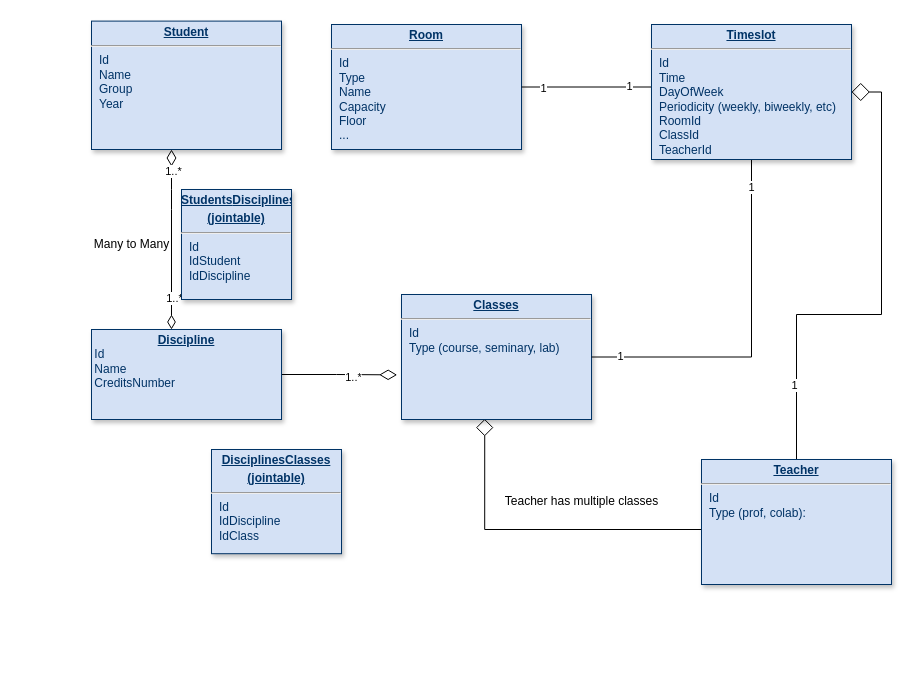
Earlier version of the draw.io diagram Project/docs/Schema DB timetable.drawio.xml (gheorghitamutu/QSS2023). Source tidied: cells renumbered, new cells numbered last; positions are measured from the earlier drawing's top-left corner, leaving out a move shared by most shapes. Both pictures are drawn from the tidied source at 100%, with x=0, y=0 at pixel (81, 21).
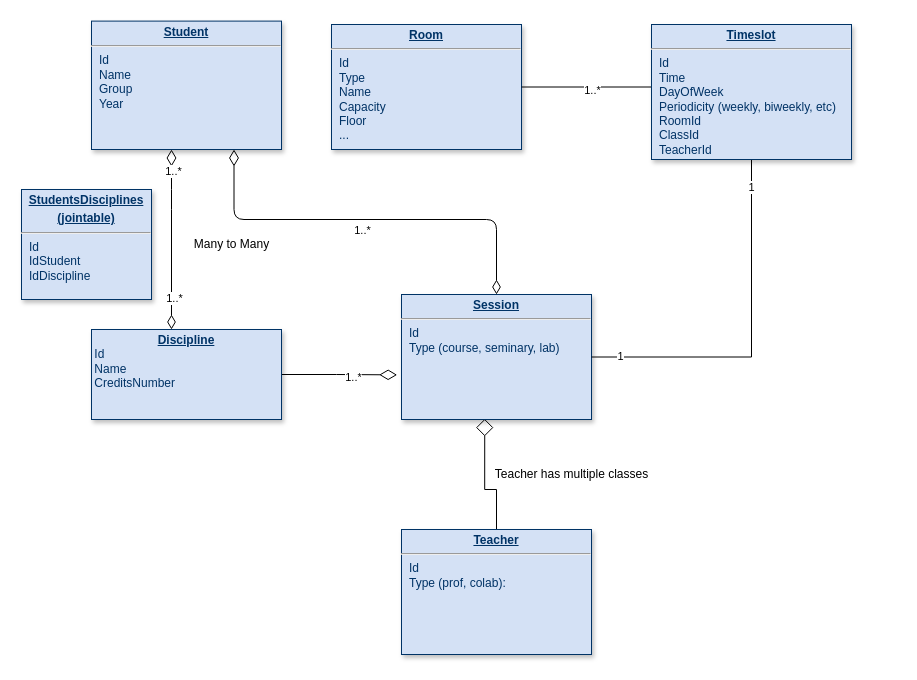
The same diagram, later.

Unchanged cells that the change refers to:
```xml
<mxCell id="6" value="&lt;p style=&quot;margin: 0px; margin-top: 4px; text-align: center; text-decoration: underline;&quot;&gt;&lt;b&gt;Student&lt;/b&gt;&lt;/p&gt;&lt;hr&gt;&lt;p style=&quot;margin: 0px; margin-left: 8px;&quot;&gt;Id&lt;/p&gt;&lt;p style=&quot;margin: 0px; margin-left: 8px;&quot;&gt;Name&lt;/p&gt;&lt;p style=&quot;margin: 0px; margin-left: 8px;&quot;&gt;Group&lt;/p&gt;&lt;p style=&quot;margin: 0px; margin-left: 8px;&quot;&gt;Year&lt;/p&gt;" style="verticalAlign=top;align=left;overflow=fill;fontSize=12;fontFamily=Helvetica;html=1;strokeColor=#003366;shadow=1;fillColor=#D4E1F5;fontColor=#003366;" parent="1" vertex="1">
  <mxGeometry x="10" y="-0.4" width="190" height="128.4" as="geometry" />
</mxCell>
<mxCell id="15" style="edgeStyle=orthogonalEdgeStyle;rounded=0;jettySize=auto;html=1;exitX=0;exitY=0.5;exitDx=0;exitDy=0;entryX=1;entryY=0.5;entryDx=0;entryDy=0;endArrow=none;endFill=0;" parent="1" edge="1" source="23" target="13">
  <mxGeometry relative="1" as="geometry">
    <Array as="points">
      <mxPoint x="570" y="61" />
      <mxPoint x="580" y="61" />
      <mxPoint x="580" y="66" />
    </Array>
  </mxGeometry>
</mxCell>
<mxCell id="23" value="&lt;p style=&quot;margin: 0px; margin-top: 4px; text-align: center; text-decoration: underline;&quot;&gt;&lt;b&gt;Timeslot&lt;/b&gt;&lt;/p&gt;&lt;hr&gt;&lt;p style=&quot;margin: 0px; margin-left: 8px;&quot;&gt;Id&lt;/p&gt;&lt;p style=&quot;margin: 0px; margin-left: 8px;&quot;&gt;Time&lt;/p&gt;&lt;p style=&quot;margin: 0px; margin-left: 8px;&quot;&gt;DayOfWeek&lt;/p&gt;&lt;p style=&quot;margin: 0px; margin-left: 8px;&quot;&gt;Periodicity (weekly, biweekly, etc)&lt;/p&gt;&lt;p style=&quot;margin: 0px; margin-left: 8px;&quot;&gt;RoomId&lt;/p&gt;&lt;p style=&quot;margin: 0px; margin-left: 8px;&quot;&gt;ClassId&lt;/p&gt;&lt;p style=&quot;margin: 0px; margin-left: 8px;&quot;&gt;TeacherId&lt;/p&gt;&lt;p style=&quot;margin: 0px; margin-left: 8px;&quot;&gt;&lt;br&gt;&lt;/p&gt;&lt;p style=&quot;margin: 0px; margin-left: 8px;&quot;&gt;...&lt;/p&gt;&lt;p style=&quot;margin: 0px; margin-left: 8px;&quot;&gt;&lt;br&gt;&lt;/p&gt;&lt;p style=&quot;margin: 0px; margin-left: 8px;&quot;&gt;&lt;br&gt;&lt;/p&gt;&lt;p style=&quot;margin: 0px; margin-left: 8px;&quot;&gt;&lt;br&gt;&lt;/p&gt;" style="verticalAlign=top;align=left;overflow=fill;fontSize=12;fontFamily=Helvetica;html=1;strokeColor=#003366;shadow=1;fillColor=#D4E1F5;fontColor=#003366;" parent="1" vertex="1">
  <mxGeometry x="570" y="3" width="200" height="135" as="geometry" />
</mxCell>
```

What changed in the source:
```diff
@@
-    <mxCell id="2" style="edgeStyle=orthogonalEdgeStyle;rounded=0;jettySize=auto;html=1;exitX=0;exitY=0.5;exitDx=0;exitDy=0;entryX=0.438;entryY=0.995;entryDx=0;entryDy=0;entryPerimeter=0;endArrow=diamond;endFill=0;endSize=15;startSize=15;" parent="1" edge="1" source="26" target="12">
+    <mxCell id="2" style="edgeStyle=orthogonalEdgeStyle;rounded=0;jettySize=auto;html=1;entryX=0.438;entryY=0.995;entryDx=0;entryDy=0;entryPerimeter=0;endArrow=diamond;endFill=0;endSize=15;startSize=15;exitX=0.5;exitY=0;exitDx=0;exitDy=0;" parent="1" edge="1" source="26" target="12">
       <mxGeometry relative="1" as="geometry">
         <Array as="points">
-          <mxPoint x="620" y="508" />
-          <mxPoint x="403" y="508" />
+          <mxPoint x="415" y="468" />
+          <mxPoint x="403" y="468" />
         </Array>
       </mxGeometry>
     </mxCell>
@@
     <mxCell id="11" value="&lt;p style=&quot;margin: 0px; margin-top: 4px; text-align: center; text-decoration: underline;&quot;&gt;&lt;b&gt;Students&lt;/b&gt;&lt;b style=&quot;border-color: var(--border-color);&quot;&gt;Disciplines&lt;/b&gt;&lt;/p&gt;&lt;p style=&quot;margin: 0px; margin-top: 4px; text-align: center; text-decoration: underline;&quot;&gt;&lt;b&gt;(jointable)&lt;/b&gt;&lt;/p&gt;&lt;hr&gt;&lt;p style=&quot;margin: 0px; margin-left: 8px;&quot;&gt;Id&lt;/p&gt;&lt;p style=&quot;margin: 0px; margin-left: 8px;&quot;&gt;IdStudent&lt;/p&gt;&lt;p style=&quot;margin: 0px; margin-left: 8px;&quot;&gt;IdDiscipline&lt;/p&gt;" style="verticalAlign=top;align=left;overflow=fill;fontSize=12;fontFamily=Helvetica;html=1;strokeColor=#003366;shadow=1;fillColor=#D4E1F5;fontColor=#003366;" parent="1" vertex="1">
-      <mxGeometry x="100" y="168" width="110" height="110" as="geometry" />
+      <mxGeometry x="-60" y="168" width="130" height="110" as="geometry" />
     </mxCell>
-    <mxCell id="12" value="&lt;p style=&quot;margin: 0px; margin-top: 4px; text-align: center; text-decoration: underline;&quot;&gt;&lt;strong&gt;Classes&lt;/strong&gt;&lt;/p&gt;&lt;hr&gt;&lt;p style=&quot;margin: 0px; margin-left: 8px;&quot;&gt;Id&lt;/p&gt;&lt;p style=&quot;margin: 0px; margin-left: 8px;&quot;&gt;Type (course, seminary, lab)&lt;/p&gt;&lt;p style=&quot;margin: 0px; margin-left: 8px;&quot;&gt;&lt;br&gt;&lt;/p&gt;&lt;p style=&quot;margin: 0px; margin-left: 8px;&quot;&gt;&lt;br&gt;&lt;/p&gt;&lt;p style=&quot;margin: 0px; margin-left: 8px;&quot;&gt;&lt;br&gt;&lt;/p&gt;" style="verticalAlign=top;align=left;overflow=fill;fontSize=12;fontFamily=Helvetica;html=1;strokeColor=#003366;shadow=1;fillColor=#D4E1F5;fontColor=#003366;" parent="1" vertex="1">
+    <mxCell id="12" value="&lt;p style=&quot;margin: 0px; margin-top: 4px; text-align: center; text-decoration: underline;&quot;&gt;&lt;strong&gt;Session&lt;/strong&gt;&lt;/p&gt;&lt;hr&gt;&lt;p style=&quot;margin: 0px; margin-left: 8px;&quot;&gt;Id&lt;/p&gt;&lt;p style=&quot;margin: 0px; margin-left: 8px;&quot;&gt;Type (course, seminary, lab)&lt;/p&gt;&lt;p style=&quot;margin: 0px; margin-left: 8px;&quot;&gt;&lt;br&gt;&lt;/p&gt;&lt;p style=&quot;margin: 0px; margin-left: 8px;&quot;&gt;&lt;br&gt;&lt;/p&gt;&lt;p style=&quot;margin: 0px; margin-left: 8px;&quot;&gt;&lt;br&gt;&lt;/p&gt;" style="verticalAlign=top;align=left;overflow=fill;fontSize=12;fontFamily=Helvetica;html=1;strokeColor=#003366;shadow=1;fillColor=#D4E1F5;fontColor=#003366;" parent="1" vertex="1">
       <mxGeometry x="320" y="273" width="190" height="125" as="geometry" />
     </mxCell>
@@
-    <mxCell id="14" value="&lt;p style=&quot;margin: 0px; margin-top: 4px; text-align: center; text-decoration: underline;&quot;&gt;&lt;b style=&quot;border-color: var(--border-color);&quot;&gt;DisciplinesClasses&lt;/b&gt;&lt;/p&gt;&lt;p style=&quot;margin: 0px; margin-top: 4px; text-align: center; text-decoration: underline;&quot;&gt;&lt;b&gt;(jointable)&lt;/b&gt;&lt;/p&gt;&lt;hr&gt;&lt;p style=&quot;margin: 0px; margin-left: 8px;&quot;&gt;Id&lt;/p&gt;&lt;p style=&quot;margin: 0px; margin-left: 8px;&quot;&gt;IdDiscipline&lt;/p&gt;&lt;p style=&quot;margin: 0px; margin-left: 8px;&quot;&gt;IdClass&lt;/p&gt;" style="verticalAlign=top;align=left;overflow=fill;fontSize=12;fontFamily=Helvetica;html=1;strokeColor=#003366;shadow=1;fillColor=#D4E1F5;fontColor=#003366;" parent="1" vertex="1">
-      <mxGeometry x="130" y="428" width="130" height="104.2" as="geometry" />
-    </mxCell>
@@
-    <mxCell id="16" value="1" style="edgeLabel;html=1;align=center;verticalAlign=middle;" parent="15" vertex="1">
-      <mxGeometry x="0.74" y="1" relative="1" as="geometry" />
-    </mxCell>
-    <mxCell id="17" value="1" style="edgeLabel;html=1;align=center;verticalAlign=middle;" parent="15" vertex="1">
-      <mxGeometry x="-0.3" y="-1" relative="1" as="geometry" />
-    </mxCell>
@@
-    <mxCell id="21" style="edgeStyle=orthogonalEdgeStyle;rounded=0;jettySize=auto;html=1;exitX=1;exitY=0.5;exitDx=0;exitDy=0;endArrow=none;endFill=0;startArrow=diamond;startFill=0;endSize=16;startSize=16;" parent="1" edge="1" source="23" target="26">
-      <mxGeometry relative="1" as="geometry" />
-    </mxCell>
-    <mxCell id="22" value="1" style="edgeLabel;html=1;align=center;verticalAlign=middle;" parent="21" vertex="1">
-      <mxGeometry x="0.69" y="-3" relative="1" as="geometry" />
-    </mxCell>
@@
     <mxCell id="24" value="Teacher has multiple classes&lt;br&gt;" style="text;html=1;align=center;verticalAlign=middle;strokeColor=none;fillColor=none;" parent="1" vertex="1">
-      <mxGeometry x="410" y="465.1" width="180" height="30" as="geometry" />
+      <mxGeometry x="400" y="438" width="180" height="30" as="geometry" />
     </mxCell>
     <mxCell id="25" value="Many to Many" style="text;html=1;align=center;verticalAlign=middle;strokeColor=none;fillColor=none;" parent="1" vertex="1">
-      <mxGeometry y="208" width="100" height="30" as="geometry" />
+      <mxGeometry x="100" y="208" width="100" height="30" as="geometry" />
     </mxCell>
     <mxCell id="26" value="&lt;p style=&quot;margin: 0px; margin-top: 4px; text-align: center; text-decoration: underline;&quot;&gt;&lt;strong&gt;Teacher&lt;/strong&gt;&lt;/p&gt;&lt;hr&gt;&lt;p style=&quot;margin: 0px; margin-left: 8px;&quot;&gt;Id&lt;/p&gt;&lt;p style=&quot;margin: 0px; margin-left: 8px;&quot;&gt;Type (prof, colab):&lt;/p&gt;&lt;p style=&quot;margin: 0px; margin-left: 8px;&quot;&gt;&lt;br&gt;&lt;/p&gt;&lt;p style=&quot;margin: 0px; margin-left: 8px;&quot;&gt;&lt;br&gt;&lt;/p&gt;&lt;p style=&quot;margin: 0px; margin-left: 8px;&quot;&gt;&lt;br&gt;&lt;/p&gt;" style="verticalAlign=top;align=left;overflow=fill;fontSize=12;fontFamily=Helvetica;html=1;strokeColor=#003366;shadow=1;fillColor=#D4E1F5;fontColor=#003366;" parent="1" vertex="1">
-      <mxGeometry x="620" y="438" width="190" height="125" as="geometry" />
+      <mxGeometry x="320" y="508" width="190" height="125" as="geometry" />
     </mxCell>
+    <mxCell id="27" style="endArrow=diamondThin;endSize=12;startArrow=diamondThin;startSize=14;startFill=0;edgeStyle=orthogonalEdgeStyle;endFill=0;entryX=0.5;entryY=0;entryDx=0;entryDy=0;exitX=0.75;exitY=1;exitDx=0;exitDy=0;" parent="1" edge="1" source="6" target="12">
+      <mxGeometry x="630" y="350" as="geometry">
+        <Array as="points">
+          <mxPoint x="153" y="198" />
+          <mxPoint x="415" y="198" />
+        </Array>
+      </mxGeometry>
+    </mxCell>
+    <mxCell id="28" style="align=left;verticalAlign=top;labelBackgroundColor=#ffffff;fontSize=10;strokeColor=#003366;shadow=1;fillColor=#D4E1F5;fontColor=#003366;" parent="27" vertex="1">
+      <mxGeometry x="-1" relative="1" as="geometry">
+        <mxPoint x="10" as="offset" />
+      </mxGeometry>
+    </mxCell>
+    <mxCell id="29" value="1..*" style="edgeLabel;html=1;align=center;verticalAlign=middle;" parent="27" vertex="1">
+      <mxGeometry relative="1" as="geometry">
+        <mxPoint x="224" y="-130" as="offset" />
+      </mxGeometry>
+    </mxCell>
+    <mxCell id="30" value="1..*" style="edgeLabel;html=1;align=center;verticalAlign=middle;" parent="27" vertex="1">
+      <mxGeometry relative="1" as="geometry">
+        <mxPoint x="-6" y="10" as="offset" />
+      </mxGeometry>
+    </mxCell>
```
